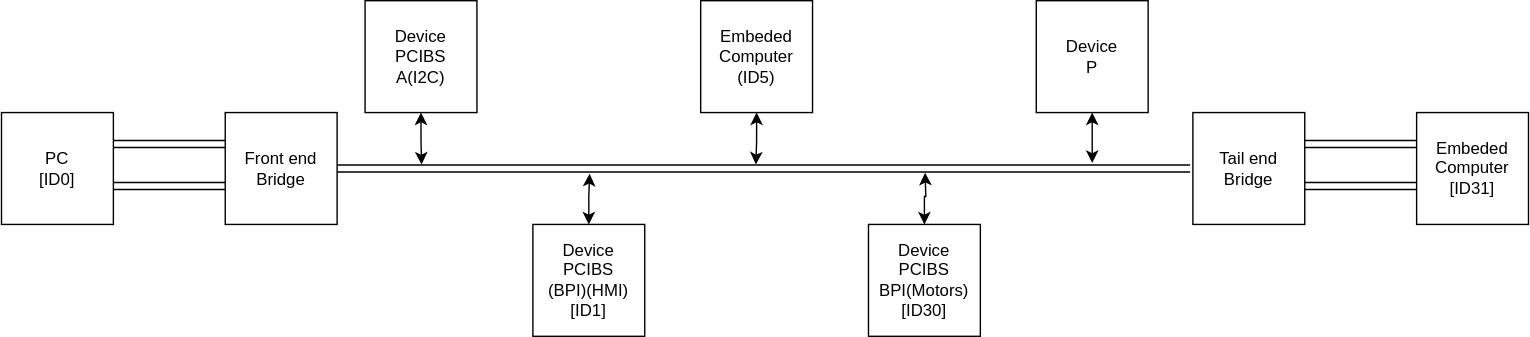
This is BUS_layout.svg from cdg66/BUS_figures, a draw.io export, as it was before one commit. Source tidied: cells renumbered, new cells last; positions are measured from the earlier drawing's top-left corner, leaving out a move shared by most shapes. Its diagram source:
```xml
<mxGraphModel>
  <root>
    <mxCell id="0" />
    <mxCell id="1" parent="0" />
    <mxCell id="2" value="&lt;div&gt;Device &lt;br&gt;&lt;/div&gt;&lt;div&gt;PCIBS&lt;/div&gt;A(I2C)" style="whiteSpace=wrap;html=1;" parent="1" vertex="1">
      <mxGeometry x="260" width="80" height="80" as="geometry" />
    </mxCell>
    <mxCell id="3" value="&lt;div&gt;Front end &lt;br&gt;&lt;/div&gt;&lt;div&gt;Bridge&lt;br&gt;&lt;/div&gt;" style="whiteSpace=wrap;html=1;" parent="1" vertex="1">
      <mxGeometry x="160" y="80" width="80" height="80" as="geometry" />
    </mxCell>
    <mxCell id="4" style="verticalLabelPosition=bottom;shadow=0;dashed=0;align=center;html=1;verticalAlign=top;shape=mxgraph.electrical.transmission.2_line_bus;" parent="1" vertex="1">
      <mxGeometry x="240" y="117.5" width="610" height="5" as="geometry" />
    </mxCell>
    <mxCell id="5" value="Tail end Bridge" style="whiteSpace=wrap;html=1;" parent="1" vertex="1">
      <mxGeometry x="852" y="80" width="80" height="80" as="geometry" />
    </mxCell>
    <mxCell id="6" value="&lt;div&gt;PC&lt;/div&gt;&lt;div&gt;[ID0]&lt;/div&gt;" style="whiteSpace=wrap;html=1;" parent="1" vertex="1">
      <mxGeometry y="80" width="80" height="80" as="geometry" />
    </mxCell>
    <mxCell id="7" value="&lt;div&gt;Device &lt;br&gt;&lt;/div&gt;&lt;div&gt;PCIBS&lt;br&gt;&lt;/div&gt;&lt;div&gt;(BPI)(HMI)&lt;/div&gt;&lt;div&gt;[ID1]&lt;br&gt;&lt;/div&gt;" style="whiteSpace=wrap;html=1;" parent="1" vertex="1">
      <mxGeometry x="380" y="160" width="80" height="80" as="geometry" />
    </mxCell>
    <mxCell id="8" value="&lt;div&gt;Device &lt;br&gt;&lt;/div&gt;&lt;div&gt;P&lt;br&gt;&lt;/div&gt;" style="whiteSpace=wrap;html=1;" parent="1" vertex="1">
      <mxGeometry x="740" width="80" height="80" as="geometry" />
    </mxCell>
    <mxCell id="9" value="&lt;div&gt;Device &lt;br&gt;&lt;/div&gt;&lt;div&gt;PCIBS&lt;br&gt;&lt;/div&gt;&lt;div&gt;BPI(Motors)&lt;/div&gt;&lt;div&gt;[ID30]&lt;br&gt;&lt;/div&gt;" style="whiteSpace=wrap;html=1;" parent="1" vertex="1">
      <mxGeometry x="620" y="160" width="80" height="80" as="geometry" />
    </mxCell>
    <mxCell id="10" style="verticalLabelPosition=bottom;shadow=0;dashed=0;align=center;html=1;verticalAlign=top;shape=mxgraph.electrical.transmission.2_line_bus;" parent="1" vertex="1">
      <mxGeometry x="80" y="100" width="80" height="5" as="geometry" />
    </mxCell>
    <mxCell id="11" style="edgeStyle=orthogonalEdgeStyle;rounded=0;jettySize=auto;html=1;entryX=0.625;entryY=-0.295;entryDx=0;entryDy=0;entryPerimeter=0;startArrow=classic;startFill=1;" parent="1" edge="1" source="8">
      <mxGeometry relative="1" as="geometry">
        <mxPoint x="780" y="116" as="targetPoint" />
      </mxGeometry>
    </mxCell>
    <mxCell id="12" style="edgeStyle=orthogonalEdgeStyle;rounded=0;jettySize=auto;html=1;entryX=0.876;entryY=1.1;entryDx=0;entryDy=0;entryPerimeter=0;startArrow=classic;startFill=1;" parent="1" edge="1" source="9">
      <mxGeometry relative="1" as="geometry">
        <mxPoint x="660.5" y="123" as="targetPoint" />
      </mxGeometry>
    </mxCell>
    <mxCell id="13" style="verticalLabelPosition=bottom;shadow=0;dashed=0;align=center;html=1;verticalAlign=top;shape=mxgraph.electrical.transmission.2_line_bus;" parent="1" vertex="1">
      <mxGeometry x="80" y="130" width="80" height="5" as="geometry" />
    </mxCell>
    <mxCell id="14" style="verticalLabelPosition=bottom;shadow=0;dashed=0;align=center;html=1;verticalAlign=top;shape=mxgraph.electrical.transmission.2_line_bus;" parent="1" vertex="1">
      <mxGeometry x="932" y="100" width="80" height="5" as="geometry" />
    </mxCell>
    <mxCell id="15" style="verticalLabelPosition=bottom;shadow=0;dashed=0;align=center;html=1;verticalAlign=top;shape=mxgraph.electrical.transmission.2_line_bus;" parent="1" vertex="1">
      <mxGeometry x="932" y="130" width="80" height="5" as="geometry" />
    </mxCell>
    <mxCell id="16" value="&lt;div&gt;Embeded Computer&lt;br&gt;&lt;/div&gt;&lt;div&gt;[ID31]&lt;br&gt;&lt;/div&gt;" style="whiteSpace=wrap;html=1;" parent="1" vertex="1">
      <mxGeometry x="1012" y="80" width="80" height="80" as="geometry" />
    </mxCell>
    <mxCell id="17" value="&lt;div&gt;Embeded Computer&lt;br&gt;&lt;/div&gt;&lt;div&gt;(ID5)&lt;br&gt;&lt;/div&gt;" style="whiteSpace=wrap;html=1;" parent="1" vertex="1">
      <mxGeometry x="500" width="80" height="80" as="geometry" />
    </mxCell>
    <mxCell id="18" style="edgeStyle=orthogonalEdgeStyle;rounded=0;jettySize=auto;html=1;entryX=0.296;entryY=1.252;entryDx=0;entryDy=0;entryPerimeter=0;startArrow=classic;startFill=1;" parent="1" edge="1" source="7" target="4">
      <mxGeometry relative="1" as="geometry" />
    </mxCell>
    <mxCell id="19" style="edgeStyle=orthogonalEdgeStyle;rounded=0;jettySize=auto;html=1;entryX=0.491;entryY=-0.081;entryDx=0;entryDy=0;entryPerimeter=0;startArrow=classic;startFill=1;" parent="1" edge="1" source="17" target="4">
      <mxGeometry relative="1" as="geometry" />
    </mxCell>
    <mxCell id="20" style="edgeStyle=orthogonalEdgeStyle;rounded=0;jettySize=auto;html=1;entryX=0.099;entryY=-0.081;entryDx=0;entryDy=0;entryPerimeter=0;startArrow=classic;startFill=1;" parent="1" edge="1" source="2" target="4">
      <mxGeometry relative="1" as="geometry" />
    </mxCell>
  </root>
</mxGraphModel>
```
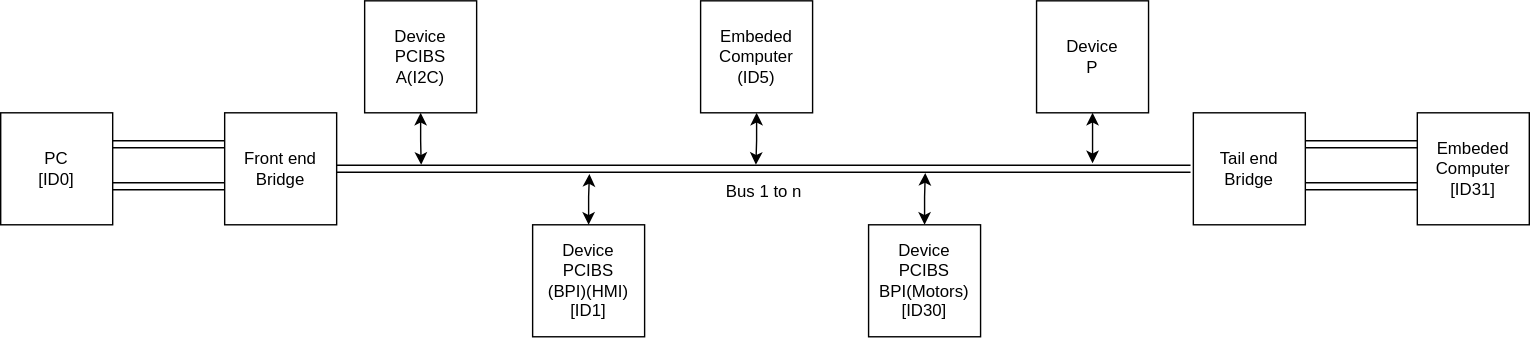
After the commit.

What changed in the source:
```diff
@@ -8,7 +8,7 @@
     <mxCell id="3" value="&lt;div&gt;Front end &lt;br&gt;&lt;/div&gt;&lt;div&gt;Bridge&lt;br&gt;&lt;/div&gt;" style="whiteSpace=wrap;html=1;" parent="1" vertex="1">
       <mxGeometry x="160" y="80" width="80" height="80" as="geometry" />
     </mxCell>
-    <mxCell id="4" style="verticalLabelPosition=bottom;shadow=0;dashed=0;align=center;html=1;verticalAlign=top;shape=mxgraph.electrical.transmission.2_line_bus;" parent="1" vertex="1">
+    <mxCell id="4" value="Bus 1 to n" style="verticalLabelPosition=bottom;shadow=0;dashed=0;align=center;html=1;verticalAlign=top;shape=mxgraph.electrical.transmission.2_line_bus;" parent="1" vertex="1">
       <mxGeometry x="240" y="117.5" width="610" height="5" as="geometry" />
     </mxCell>
     <mxCell id="5" value="Tail end Bridge" style="whiteSpace=wrap;html=1;" parent="1" vertex="1">
```
